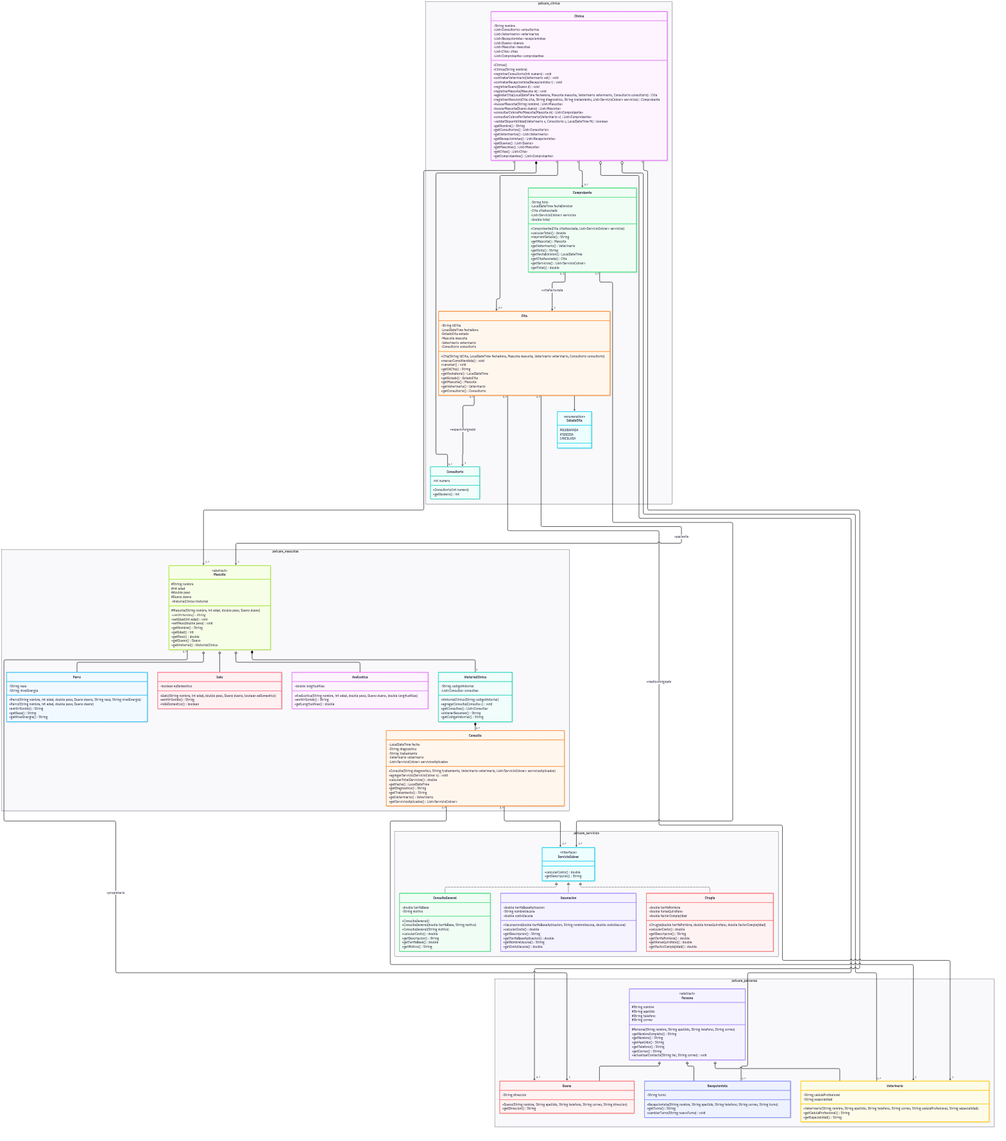
JesusMGH-UV/petcare-poo-java keeps this Mermaid diagram as docs/diagramas/clases.png. Above is the earlier version. Its source is kept beside it as docs/diagramas/clases.mmd.
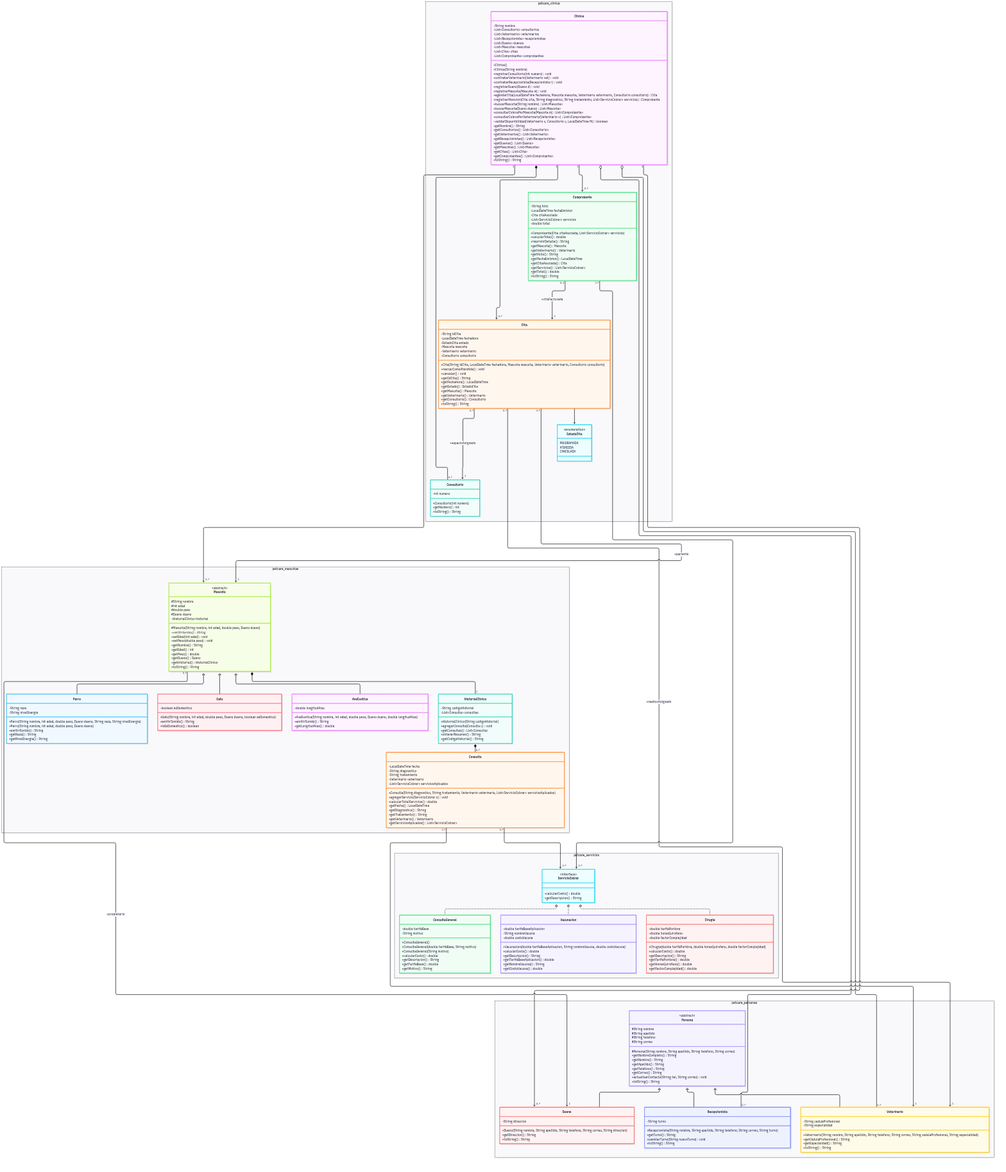
Above is the later version.

Change to the diagram source:
```diff
@@ -31,11 +31,13 @@
             +getMascotas() List~Mascota~
             +getCitas() List~Cita~
             +getComprobantes() List~Comprobante~
+            +toString() String
         }
         class Consultorio {
             -int numero
             +Consultorio(int numero)
             +getNumero() int
+            +toString() String
         }
         class Cita {
             -String idCita
@@ -53,6 +55,7 @@
             +getMascota() Mascota
             +getVeterinario() Veterinario
             +getConsultorio() Consultorio
+            +toString() String
         }
         class EstadoCita {
             <<enumeration>>
@@ -76,6 +79,7 @@
             +getCitaAsociada() Cita
             +getServicios() List~ServicioCobrar~
             +getTotal() double
+            +toString() String
         }
     }
 
@@ -93,11 +97,13 @@
             +getTelefono() String
             +getCorreo() String
             +actualizarContacto(String tel, String correo) void
+            +toString() String
         }
         class Dueno {
             -String direccion
             +Dueno(String nombre, String apellido, String telefono, String correo, String direccion)
             +getDireccion() String
+            +toString() String
         }
         class Veterinario {
             -String cedulaProfesional
@@ -105,12 +111,14 @@
             +Veterinario(String nombre, String apellido, String telefono, String correo, String cedulaProfesional, String especialidad)
             +getCedulaProfesional() String
             +getEspecialidad() String
+            +toString() String
         }
         class Recepcionista {
             -String turno
             +Recepcionista(String nombre, String apellido, String telefono, String correo, String turno)
             +getTurno() String
             +cambiarTurno(String nuevoTurno) void
+            +toString() String
         }
     }
 
@@ -131,6 +139,7 @@
             +getPeso() double
             +getDueno() Dueno
             +getHistorial() HistorialClinico
+            +toString() String
         }
         class Perro {
             -String raza
```
